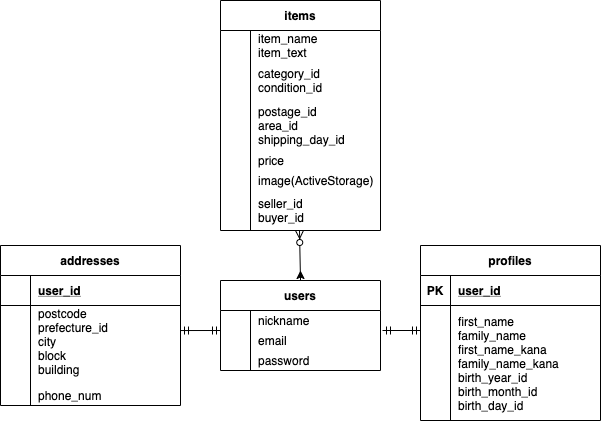
Above: ER.drawio.png in ryamahita0407/furima-27986 (draw.io), before the change. Source tidied: cells renumbered, new cells last; positions are measured from the earlier drawing's top-left corner, leaving out a move shared by most shapes.
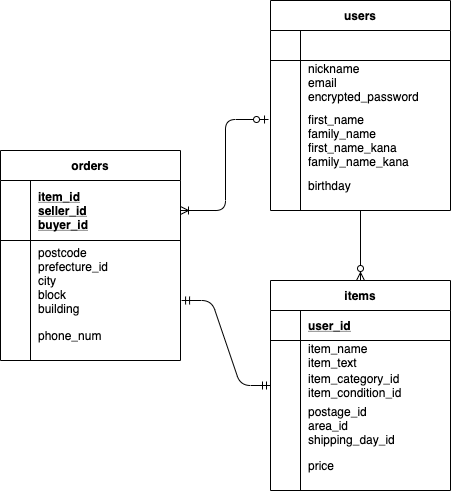
The same diagram one commit later.

Commit message:
ER図およびREADMEの修正

The edit, as a diff of the source:
```diff
@@ -2,164 +2,131 @@
   <root>
     <mxCell id="0" />
     <mxCell id="1" parent="0" />
-    <mxCell id="2" style="edgeStyle=none;rounded=0;jettySize=auto;html=1;" parent="1" edge="1" source="3">
-      <mxGeometry relative="1" as="geometry">
-        <mxPoint x="300" y="270" as="targetPoint" />
-      </mxGeometry>
-    </mxCell>
     <mxCell id="3" value="users" style="shape=table;startSize=30;rowLines=0;fontStyle=1;align=center;" parent="1" vertex="1">
-      <mxGeometry x="220" y="280" width="160" height="90" as="geometry" />
+      <mxGeometry x="420" y="50" width="180" height="210" as="geometry" />
     </mxCell>
+    <mxCell id="52" style="shape=partialRectangle;fillColor=none;top=0;left=0;bottom=1;right=0;" parent="3" vertex="1">
+      <mxGeometry y="30" width="180" height="30" as="geometry" />
+    </mxCell>
+    <mxCell id="53" style="shape=partialRectangle;fillColor=none;top=0;left=0;bottom=0;right=0;fontStyle=1;overflow=hidden;" parent="52" vertex="1">
+      <mxGeometry width="30" height="30" as="geometry" />
+    </mxCell>
+    <mxCell id="54" style="shape=partialRectangle;fillColor=none;top=0;left=0;bottom=0;right=0;align=left;spacingLeft=6;fontStyle=5;overflow=hidden;" parent="52" vertex="1">
+      <mxGeometry x="30" width="150" height="30" as="geometry" />
+    </mxCell>
     <mxCell id="4" style="shape=partialRectangle;fillColor=none;top=0;left=0;bottom=0;right=0;" parent="3" vertex="1">
-      <mxGeometry y="30" width="160" height="20" as="geometry" />
+      <mxGeometry y="60" width="180" height="50" as="geometry" />
     </mxCell>
     <mxCell id="5" style="shape=partialRectangle;fillColor=none;top=0;left=0;bottom=0;right=0;overflow=hidden;" parent="4" vertex="1">
-      <mxGeometry width="30" height="20" as="geometry" />
+      <mxGeometry width="30" height="50" as="geometry" />
     </mxCell>
-    <mxCell id="6" value="nickname" style="shape=partialRectangle;fillColor=none;top=0;left=0;bottom=0;right=0;align=left;spacingLeft=6;overflow=hidden;" parent="4" vertex="1">
-      <mxGeometry x="30" width="130" height="20" as="geometry" />
+    <mxCell id="6" value="nickname&#10;email&#10;encrypted_password&#10;" style="shape=partialRectangle;fillColor=none;top=0;left=0;bottom=0;right=0;align=left;spacingLeft=6;overflow=hidden;" parent="4" vertex="1">
+      <mxGeometry x="30" width="150" height="50" as="geometry" />
     </mxCell>
     <mxCell id="7" style="shape=partialRectangle;fillColor=none;top=0;left=0;bottom=0;right=0;points=[[0,0.5],[1,0.5]];portConstraint=eastwest;" parent="3" vertex="1">
-      <mxGeometry y="50" width="160" height="20" as="geometry" />
+      <mxGeometry y="110" width="180" height="60" as="geometry" />
     </mxCell>
     <mxCell id="8" style="shape=partialRectangle;fillColor=none;top=0;left=0;bottom=0;right=0;overflow=hidden;" parent="7" vertex="1">
-      <mxGeometry width="30" height="20" as="geometry" />
+      <mxGeometry width="30" height="60" as="geometry" />
     </mxCell>
-    <mxCell id="9" value="email" style="shape=partialRectangle;fillColor=none;top=0;left=0;bottom=0;right=0;align=left;spacingLeft=6;overflow=hidden;" parent="7" vertex="1">
-      <mxGeometry x="30" width="130" height="20" as="geometry" />
+    <mxCell id="9" value="first_name&#10;family_name&#10;first_name_kana&#10;family_name_kana" style="shape=partialRectangle;fillColor=none;top=0;left=0;bottom=0;right=0;align=left;spacingLeft=6;overflow=hidden;" parent="7" vertex="1">
+      <mxGeometry x="30" width="150" height="60" as="geometry" />
     </mxCell>
     <mxCell id="10" style="shape=partialRectangle;fillColor=none;top=0;left=0;bottom=0;right=0;" parent="3" vertex="1">
-      <mxGeometry y="70" width="160" height="20" as="geometry" />
+      <mxGeometry y="170" width="180" height="30" as="geometry" />
     </mxCell>
     <mxCell id="11" style="shape=partialRectangle;fillColor=none;top=0;left=0;bottom=0;right=0;overflow=hidden;" parent="10" vertex="1">
-      <mxGeometry width="30" height="20" as="geometry" />
+      <mxGeometry width="30" height="30" as="geometry" />
     </mxCell>
-    <mxCell id="12" value="password" style="shape=partialRectangle;fillColor=none;top=0;left=0;bottom=0;right=0;align=left;spacingLeft=6;overflow=hidden;" parent="10" vertex="1">
-      <mxGeometry x="30" width="130" height="20" as="geometry" />
+    <mxCell id="12" value="birthday" style="shape=partialRectangle;fillColor=none;top=0;left=0;bottom=0;right=0;align=left;spacingLeft=6;overflow=hidden;" parent="10" vertex="1">
+      <mxGeometry x="30" width="150" height="30" as="geometry" />
     </mxCell>
+    <mxCell id="55" value="items" style="shape=table;startSize=30;rowLines=0;fontStyle=1;align=center;" parent="1" vertex="1">
+      <mxGeometry x="420" y="330" width="180" height="210" as="geometry" />
+    </mxCell>
+    <mxCell id="56" style="shape=partialRectangle;fillColor=none;top=0;left=0;bottom=1;right=0;" parent="55" vertex="1">
+      <mxGeometry y="30" width="180" height="30" as="geometry" />
+    </mxCell>
+    <mxCell id="57" style="shape=partialRectangle;fillColor=none;top=0;left=0;bottom=0;right=0;fontStyle=1;overflow=hidden;" parent="56" vertex="1">
+      <mxGeometry width="30" height="30" as="geometry" />
+    </mxCell>
+    <mxCell id="58" value="user_id" style="shape=partialRectangle;fillColor=none;top=0;left=0;bottom=0;right=0;align=left;spacingLeft=6;fontStyle=5;overflow=hidden;" parent="56" vertex="1">
+      <mxGeometry x="30" width="150" height="30" as="geometry" />
+    </mxCell>
+    <mxCell id="29" style="shape=partialRectangle;fillColor=none;top=0;left=0;bottom=0;right=0;" parent="55" vertex="1">
+      <mxGeometry y="60" width="180" height="30" as="geometry" />
+    </mxCell>
+    <mxCell id="30" style="shape=partialRectangle;fillColor=none;top=0;left=0;bottom=0;right=0;overflow=hidden;" parent="29" vertex="1">
+      <mxGeometry width="30" height="30" as="geometry" />
+    </mxCell>
+    <mxCell id="31" value="item_name&#10;item_text" style="shape=partialRectangle;fillColor=none;top=0;left=0;bottom=0;right=0;align=left;spacingLeft=6;overflow=hidden;" parent="29" vertex="1">
+      <mxGeometry x="30" width="150" height="30" as="geometry" />
+    </mxCell>
+    <mxCell id="26" style="shape=partialRectangle;fillColor=none;top=0;left=0;bottom=0;right=0;points=[[0,0.5],[1,0.5]];portConstraint=eastwest;" parent="55" vertex="1">
+      <mxGeometry y="90" width="180" height="30" as="geometry" />
+    </mxCell>
+    <mxCell id="27" style="shape=partialRectangle;fillColor=none;top=0;left=0;bottom=0;right=0;overflow=hidden;" parent="26" vertex="1">
+      <mxGeometry width="30" height="30" as="geometry" />
+    </mxCell>
+    <mxCell id="28" value="item_category_id&#10;item_condition_id&#10;" style="shape=partialRectangle;fillColor=none;top=0;left=0;bottom=0;right=0;align=left;spacingLeft=6;overflow=hidden;" parent="26" vertex="1">
+      <mxGeometry x="30" width="150" height="30" as="geometry" />
+    </mxCell>
+    <mxCell id="23" style="shape=partialRectangle;fillColor=none;top=0;left=0;bottom=0;right=0;" parent="55" vertex="1">
+      <mxGeometry y="120" width="180" height="50" as="geometry" />
+    </mxCell>
+    <mxCell id="24" style="shape=partialRectangle;fillColor=none;top=0;left=0;bottom=0;right=0;overflow=hidden;" parent="23" vertex="1">
+      <mxGeometry width="30" height="50" as="geometry" />
+    </mxCell>
+    <mxCell id="25" value="postage_id&#10;area_id&#10;shipping_day_id" style="shape=partialRectangle;fillColor=none;top=0;left=0;bottom=0;right=0;align=left;spacingLeft=6;overflow=hidden;" parent="23" vertex="1">
+      <mxGeometry x="30" width="150" height="50" as="geometry" />
+    </mxCell>
+    <mxCell id="59" style="shape=partialRectangle;fillColor=none;top=0;left=0;bottom=0;right=0;" parent="55" vertex="1">
+      <mxGeometry y="170" width="180" height="30" as="geometry" />
+    </mxCell>
+    <mxCell id="60" style="shape=partialRectangle;fillColor=none;top=0;left=0;bottom=0;right=0;overflow=hidden;" parent="59" vertex="1">
+      <mxGeometry width="30" height="30" as="geometry" />
+    </mxCell>
+    <mxCell id="61" value="price" style="shape=partialRectangle;fillColor=none;top=0;left=0;bottom=0;right=0;align=left;spacingLeft=6;overflow=hidden;" parent="59" vertex="1">
+      <mxGeometry x="30" width="150" height="30" as="geometry" />
+    </mxCell>
-    <mxCell id="13" value="items" style="shape=table;startSize=30;rowLines=0;fontStyle=1;align=center;" parent="1" vertex="1">
-      <mxGeometry x="220" width="160" height="230" as="geometry" />
+    <mxCell id="13" value="orders" style="shape=table;startSize=30;rowLines=0;fontStyle=1;align=center;" parent="1" vertex="1">
+      <mxGeometry x="150" y="200" width="180" height="210" as="geometry" />
     </mxCell>
+    <mxCell id="62" style="shape=partialRectangle;fillColor=none;top=0;left=0;bottom=1;right=0;points=[[0,0.5],[1,0.5]];portConstraint=eastwest;" parent="13" vertex="1">
+      <mxGeometry y="30" width="180" height="60" as="geometry" />
+    </mxCell>
+    <mxCell id="63" style="shape=partialRectangle;fillColor=none;top=0;left=0;bottom=0;right=0;fontStyle=1;overflow=hidden;" parent="62" vertex="1">
+      <mxGeometry width="30" height="60" as="geometry" />
+    </mxCell>
+    <mxCell id="64" value="item_id&#10;seller_id&#10;buyer_id" style="shape=partialRectangle;fillColor=none;top=0;left=0;bottom=0;right=0;align=left;spacingLeft=6;fontStyle=5;overflow=hidden;" parent="62" vertex="1">
+      <mxGeometry x="30" width="150" height="60" as="geometry" />
+    </mxCell>
     <mxCell id="14" style="shape=partialRectangle;fillColor=none;top=0;left=0;bottom=0;right=0;points=[[0,0.5],[1,0.5]];portConstraint=eastwest;" parent="13" vertex="1">
-      <mxGeometry y="30" width="160" height="30" as="geometry" />
+      <mxGeometry y="90" width="180" height="80" as="geometry" />
     </mxCell>
     <mxCell id="15" style="shape=partialRectangle;fillColor=none;top=0;left=0;bottom=0;right=0;overflow=hidden;" parent="14" vertex="1">
-      <mxGeometry width="30" height="30" as="geometry" />
+      <mxGeometry width="30" height="80" as="geometry" />
     </mxCell>
-    <mxCell id="16" value="item_name&#10;item_text" style="shape=partialRectangle;fillColor=none;top=0;left=0;bottom=0;right=0;align=left;spacingLeft=6;overflow=hidden;" parent="14" vertex="1">
-      <mxGeometry x="30" width="130" height="30" as="geometry" />
+    <mxCell id="16" value="postcode&#10;prefecture_id&#10;city&#10;block&#10;building" style="shape=partialRectangle;fillColor=none;top=0;left=0;bottom=0;right=0;align=left;spacingLeft=6;overflow=hidden;" parent="14" vertex="1">
+      <mxGeometry x="30" width="150" height="80" as="geometry" />
     </mxCell>
     <mxCell id="17" style="shape=partialRectangle;fillColor=none;top=0;left=0;bottom=0;right=0;" parent="13" vertex="1">
-      <mxGeometry y="60" width="160" height="40" as="geometry" />
+      <mxGeometry y="170" width="180" height="30" as="geometry" />
     </mxCell>
     <mxCell id="18" style="shape=partialRectangle;fillColor=none;top=0;left=0;bottom=0;right=0;overflow=hidden;" parent="17" vertex="1">
-      <mxGeometry width="30" height="40" as="geometry" />
+      <mxGeometry width="30" height="30" as="geometry" />
     </mxCell>
-    <mxCell id="19" value="category_id&#10;condition_id" style="shape=partialRectangle;fillColor=none;top=0;left=0;bottom=0;right=0;align=left;spacingLeft=6;overflow=hidden;" parent="17" vertex="1">
-      <mxGeometry x="30" width="130" height="40" as="geometry" />
+    <mxCell id="19" value="phone_num" style="shape=partialRectangle;fillColor=none;top=0;left=0;bottom=0;right=0;align=left;spacingLeft=6;overflow=hidden;" parent="17" vertex="1">
+      <mxGeometry x="30" width="150" height="30" as="geometry" />
     </mxCell>
-    <mxCell id="20" style="shape=partialRectangle;fillColor=none;top=0;left=0;bottom=0;right=0;" parent="13" vertex="1">
-      <mxGeometry y="100" width="160" height="50" as="geometry" />
-    </mxCell>
-    <mxCell id="21" style="shape=partialRectangle;fillColor=none;top=0;left=0;bottom=0;right=0;overflow=hidden;" parent="20" vertex="1">
-      <mxGeometry width="30" height="50" as="geometry" />
-    </mxCell>
-    <mxCell id="22" value="postage_id&#10;area_id&#10;shipping_day_id" style="shape=partialRectangle;fillColor=none;top=0;left=0;bottom=0;right=0;align=left;spacingLeft=6;overflow=hidden;" parent="20" vertex="1">
-      <mxGeometry x="30" width="130" height="50" as="geometry" />
-    </mxCell>
-    <mxCell id="23" style="shape=partialRectangle;fillColor=none;top=0;left=0;bottom=0;right=0;" parent="13" vertex="1">
-      <mxGeometry y="150" width="160" height="20" as="geometry" />
-    </mxCell>
-    <mxCell id="24" style="shape=partialRectangle;fillColor=none;top=0;left=0;bottom=0;right=0;overflow=hidden;" parent="23" vertex="1">
-      <mxGeometry width="30" height="20" as="geometry" />
-    </mxCell>
-    <mxCell id="25" value="price" style="shape=partialRectangle;fillColor=none;top=0;left=0;bottom=0;right=0;align=left;spacingLeft=6;overflow=hidden;" parent="23" vertex="1">
-      <mxGeometry x="30" width="130" height="20" as="geometry" />
-    </mxCell>
-    <mxCell id="26" style="shape=partialRectangle;fillColor=none;top=0;left=0;bottom=0;right=0;points=[[0,0.5],[1,0.5]];portConstraint=eastwest;" parent="13" vertex="1">
-      <mxGeometry y="170" width="160" height="20" as="geometry" />
-    </mxCell>
-    <mxCell id="27" style="shape=partialRectangle;fillColor=none;top=0;left=0;bottom=0;right=0;overflow=hidden;" parent="26" vertex="1">
-      <mxGeometry width="30" height="20" as="geometry" />
-    </mxCell>
-    <mxCell id="28" value="image(ActiveStorage)" style="shape=partialRectangle;fillColor=none;top=0;left=0;bottom=0;right=0;align=left;spacingLeft=6;overflow=hidden;" parent="26" vertex="1">
-      <mxGeometry x="30" width="130" height="20" as="geometry" />
-    </mxCell>
-    <mxCell id="29" style="shape=partialRectangle;fillColor=none;top=0;left=0;bottom=0;right=0;" parent="13" vertex="1">
-      <mxGeometry y="190" width="160" height="40" as="geometry" />
-    </mxCell>
-    <mxCell id="30" style="shape=partialRectangle;fillColor=none;top=0;left=0;bottom=0;right=0;overflow=hidden;" parent="29" vertex="1">
-      <mxGeometry width="30" height="40" as="geometry" />
-    </mxCell>
-    <mxCell id="31" value="seller_id&#10;buyer_id" style="shape=partialRectangle;fillColor=none;top=0;left=0;bottom=0;right=0;align=left;spacingLeft=6;overflow=hidden;" parent="29" vertex="1">
-      <mxGeometry x="30" width="130" height="40" as="geometry" />
-    </mxCell>
-    <mxCell id="32" style="fontSize=12;html=1;endArrow=ERzeroToMany;endFill=1;exitX=0.5;exitY=0;exitDx=0;exitDy=0;" parent="1" edge="1" source="3">
-      <mxGeometry relative="1" as="geometry">
-        <mxPoint x="299" y="230" as="targetPoint" />
-      </mxGeometry>
-    </mxCell>
-    <mxCell id="33" value="addresses" style="shape=table;startSize=30;rowLines=0;fontStyle=1;align=center;" parent="1" vertex="1">
-      <mxGeometry y="245" width="180" height="160" as="geometry" />
-    </mxCell>
+    <mxCell id="65" style="fontSize=12;html=1;endArrow=ERzeroToMany;endFill=1;entryX=0.5;entryY=0;entryDx=0;entryDy=0;exitX=0.5;exitY=1;exitDx=0;exitDy=0;" parent="1" edge="1" source="3" target="55">
+      <mxGeometry relative="1" as="geometry" />
+    </mxCell>
-    <mxCell id="34" style="shape=partialRectangle;fillColor=none;top=0;left=0;bottom=1;right=0;" parent="33" vertex="1">
-      <mxGeometry y="30" width="180" height="30" as="geometry" />
+    <mxCell id="34" style="edgeStyle=entityRelationEdgeStyle;fontSize=12;html=1;endArrow=ERmandOne;startArrow=ERmandOne;entryX=0;entryY=0.5;entryDx=0;entryDy=0;exitX=1.006;exitY=0.75;exitDx=0;exitDy=0;exitPerimeter=0;" parent="1" edge="1" source="14" target="26">
+      <mxGeometry relative="1" as="geometry" />
     </mxCell>
-    <mxCell id="35" style="shape=partialRectangle;fillColor=none;top=0;left=0;bottom=0;right=0;fontStyle=1;overflow=hidden;" parent="34" vertex="1">
-      <mxGeometry width="30" height="30" as="geometry" />
-    </mxCell>
-    <mxCell id="36" value="user_id" style="shape=partialRectangle;fillColor=none;top=0;left=0;bottom=0;right=0;align=left;spacingLeft=6;fontStyle=5;overflow=hidden;" parent="34" vertex="1">
-      <mxGeometry x="30" width="150" height="30" as="geometry" />
-    </mxCell>
-    <mxCell id="37" style="shape=partialRectangle;fillColor=none;top=0;left=0;bottom=0;right=0;points=[[0,0.5],[1,0.5]];portConstraint=eastwest;" parent="33" vertex="1">
-      <mxGeometry y="60" width="180" height="80" as="geometry" />
+    <mxCell id="37" style="edgeStyle=orthogonalEdgeStyle;fontSize=12;html=1;endArrow=ERoneToMany;startArrow=ERzeroToOne;exitX=-0.011;exitY=0.15;exitDx=0;exitDy=0;exitPerimeter=0;entryX=1;entryY=0.5;entryDx=0;entryDy=0;" parent="1" edge="1" source="7" target="62">
+      <mxGeometry relative="1" as="geometry" />
     </mxCell>
-    <mxCell id="38" style="shape=partialRectangle;fillColor=none;top=0;left=0;bottom=0;right=0;overflow=hidden;" parent="37" vertex="1">
-      <mxGeometry width="30" height="80" as="geometry" />
-    </mxCell>
-    <mxCell id="39" value="postcode&#10;prefecture_id&#10;city&#10;block&#10;building&#10;" style="shape=partialRectangle;fillColor=none;top=0;left=0;bottom=0;right=0;align=left;spacingLeft=6;overflow=hidden;" parent="37" vertex="1">
-      <mxGeometry x="30" width="150" height="80" as="geometry" />
-    </mxCell>
-    <mxCell id="40" style="shape=partialRectangle;fillColor=none;top=0;left=0;bottom=0;right=0;" parent="33" vertex="1">
-      <mxGeometry y="140" width="180" height="20" as="geometry" />
-    </mxCell>
-    <mxCell id="41" style="shape=partialRectangle;fillColor=none;top=0;left=0;bottom=0;right=0;overflow=hidden;" parent="40" vertex="1">
-      <mxGeometry width="30" height="20" as="geometry" />
-    </mxCell>
-    <mxCell id="42" value="phone_num" style="shape=partialRectangle;fillColor=none;top=0;left=0;bottom=0;right=0;align=left;spacingLeft=6;overflow=hidden;" parent="40" vertex="1">
-      <mxGeometry x="30" width="150" height="20" as="geometry" />
-    </mxCell>
-    <mxCell id="43" style="fontSize=12;html=1;endArrow=ERmandOne;startArrow=ERmandOne;exitX=1;exitY=0.313;exitDx=0;exitDy=0;exitPerimeter=0;" parent="1" edge="1" source="37">
-      <mxGeometry relative="1" as="geometry">
-        <mxPoint x="220" y="330" as="targetPoint" />
-      </mxGeometry>
-    </mxCell>
-    <mxCell id="44" value="profiles" style="shape=table;startSize=30;rowLines=0;fontStyle=1;align=center;" parent="1" vertex="1">
-      <mxGeometry x="420" y="245" width="180" height="175" as="geometry" />
-    </mxCell>
-    <mxCell id="45" style="shape=partialRectangle;fillColor=none;top=0;left=0;bottom=1;right=0;" parent="44" vertex="1">
-      <mxGeometry y="30" width="180" height="30" as="geometry" />
-    </mxCell>
-    <mxCell id="46" value="PK" style="shape=partialRectangle;fillColor=none;top=0;left=0;bottom=0;right=0;fontStyle=1;overflow=hidden;" parent="45" vertex="1">
-      <mxGeometry width="30" height="30" as="geometry" />
-    </mxCell>
-    <mxCell id="47" value="user_id" style="shape=partialRectangle;fillColor=none;top=0;left=0;bottom=0;right=0;align=left;spacingLeft=6;fontStyle=5;overflow=hidden;" parent="45" vertex="1">
-      <mxGeometry x="30" width="150" height="30" as="geometry" />
-    </mxCell>
-    <mxCell id="48" style="shape=partialRectangle;fillColor=none;top=0;left=0;bottom=0;right=0;" parent="44" vertex="1">
-      <mxGeometry y="60" width="180" height="115" as="geometry" />
-    </mxCell>
-    <mxCell id="49" style="shape=partialRectangle;fillColor=none;top=0;left=0;bottom=0;right=0;overflow=hidden;" parent="48" vertex="1">
-      <mxGeometry width="30" height="115" as="geometry" />
-    </mxCell>
-    <mxCell id="50" value="first_name&#10;family_name&#10;first_name_kana&#10;family_name_kana&#10;birth_year_id&#10;birth_month_id&#10;birth_day_id" style="shape=partialRectangle;fillColor=none;top=0;left=0;bottom=0;right=0;align=left;spacingLeft=6;overflow=hidden;" parent="48" vertex="1">
-      <mxGeometry x="30" width="150" height="115" as="geometry" />
-    </mxCell>
-    <mxCell id="51" style="fontSize=12;html=1;endArrow=ERmandOne;startArrow=ERmandOne;" parent="1" edge="1">
-      <mxGeometry relative="1" as="geometry">
-        <mxPoint x="382" y="330" as="sourcePoint" />
-        <mxPoint x="420" y="330" as="targetPoint" />
-      </mxGeometry>
-    </mxCell>
   </root>
 </mxGraphModel>
```
